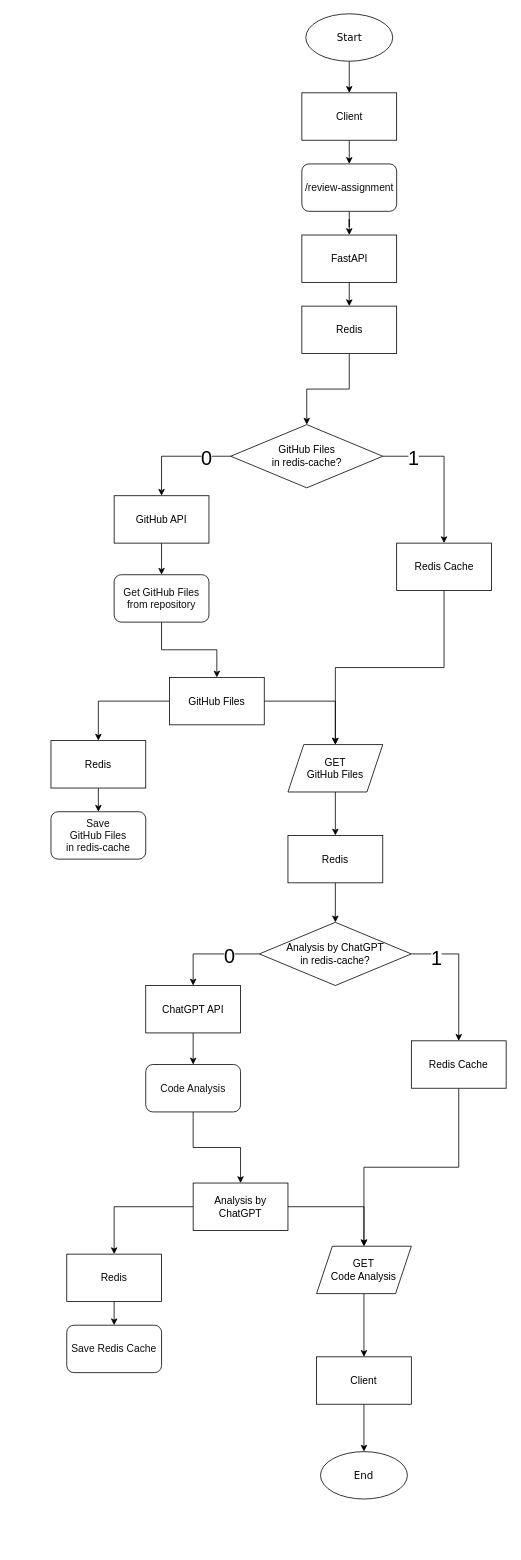
Earlier version of the draw.io diagram docs/api_flowchart.drawio (qvnt33/ClarityCodeAI). Source tidied: cells renumbered, new cells numbered last; positions are measured from the earlier drawing's top-left corner, leaving out a move shared by most shapes. Both pictures are drawn from the tidied source at 79%, with x=0, y=0 at pixel (51, 13).
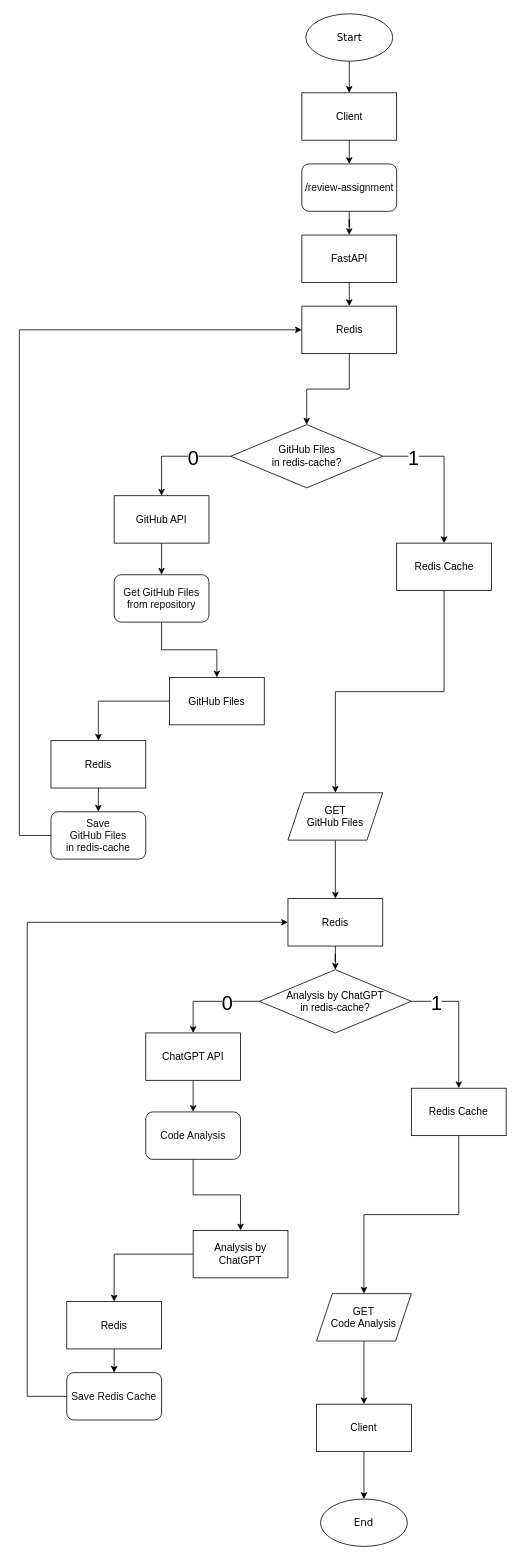
After the change.

Unchanged cells that the change refers to:
```xml
<mxCell id="13" style="edgeStyle=orthogonalEdgeStyle;rounded=0;jettySize=auto;html=1;exitX=1;exitY=0.5;exitDx=0;exitDy=0;fontSize=13;align=center;" parent="1" edge="1" source="17" target="28">
  <mxGeometry relative="1" as="geometry" />
</mxCell>
<mxCell id="15" style="edgeStyle=orthogonalEdgeStyle;rounded=0;jettySize=auto;html=1;exitX=0;exitY=0.5;exitDx=0;exitDy=0;entryX=0.5;entryY=0;entryDx=0;entryDy=0;fontSize=13;align=center;" parent="1" edge="1" source="17" target="31">
  <mxGeometry relative="1" as="geometry" />
</mxCell>
<mxCell id="22" style="edgeStyle=orthogonalEdgeStyle;rounded=0;jettySize=auto;html=1;exitX=0;exitY=0.5;exitDx=0;exitDy=0;entryX=0.5;entryY=0;entryDx=0;entryDy=0;fontSize=13;align=center;" parent="1" edge="1" source="12" target="21">
  <mxGeometry relative="1" as="geometry" />
</mxCell>
<mxCell id="26" value="&lt;p style=&quot;margin: 0px; font-variant-numeric: normal; font-variant-east-asian: normal; font-variant-alternates: normal; font-size-adjust: none; font-kerning: auto; font-optical-sizing: auto; font-feature-settings: normal; font-variation-settings: normal; font-variant-position: normal; font-stretch: normal; line-height: normal; font-family: &amp;quot;.AppleSystemUIFontMonospaced&amp;quot;; color: rgb(14, 14, 14);&quot; class=&quot;p1&quot;&gt;Save&lt;/p&gt;&lt;p style=&quot;margin: 0px; font-variant-numeric: normal; font-variant-east-asian: normal; font-variant-alternates: normal; font-size-adjust: none; font-kerning: auto; font-optical-sizing: auto; font-feature-settings: normal; font-variation-settings: normal; font-variant-position: normal; font-stretch: normal; line-height: normal; font-family: &amp;quot;.AppleSystemUIFontMonospaced&amp;quot;; color: rgb(14, 14, 14);&quot; class=&quot;p1&quot;&gt;GitHub Files&lt;/p&gt;&lt;p style=&quot;margin: 0px; font-variant-numeric: normal; font-variant-east-asian: normal; font-variant-alternates: normal; font-size-adjust: none; font-kerning: auto; font-optical-sizing: auto; font-feature-settings: normal; font-variation-settings: normal; font-variant-position: normal; font-stretch: normal; line-height: normal; font-family: &amp;quot;.AppleSystemUIFontMonospaced&amp;quot;; color: rgb(14, 14, 14);&quot; class=&quot;p1&quot;&gt;in redis-cache&lt;/p&gt;" style="rounded=1;whiteSpace=wrap;html=1;fontSize=13;align=center;" parent="1" vertex="1">
  <mxGeometry y="1010" width="120" height="60" as="geometry" />
</mxCell>
<mxCell id="33" value="Redis" style="rounded=0;whiteSpace=wrap;html=1;fontSize=13;align=center;" parent="1" vertex="1">
  <mxGeometry x="317.6" y="370" width="120" height="60" as="geometry" />
</mxCell>
<mxCell id="53" value="GitHub Files" style="rounded=0;whiteSpace=wrap;html=1;fontSize=13;align=center;" parent="1" vertex="1">
  <mxGeometry x="150" y="840" width="120" height="60" as="geometry" />
</mxCell>
```

Diff of the diagram source:
```diff
@@
     <mxCell id="14" value="1" style="edgeLabel;html=1;align=center;verticalAlign=middle;fontSize=25;" parent="13" vertex="1">
-      <mxGeometry x="-0.64" y="-3" relative="1" as="geometry" />
+      <mxGeometry x="-0.64" y="-3" relative="1" as="geometry">
+        <mxPoint y="-3" as="offset" />
+      </mxGeometry>
     </mxCell>
@@
     <mxCell id="16" value="0" style="edgeLabel;html=1;align=center;verticalAlign=middle;fontSize=25;" parent="15" vertex="1">
-      <mxGeometry x="-0.38" y="1" relative="1" as="geometry" />
+      <mxGeometry x="-0.38" y="1" relative="1" as="geometry">
+        <mxPoint x="-3" y="-1" as="offset" />
+      </mxGeometry>
     </mxCell>
     <mxCell id="17" value="Analysis by ChatGPT&lt;div&gt;in redis-cache?&lt;/div&gt;" style="rhombus;whiteSpace=wrap;html=1;fontSize=13;align=center;" parent="1" vertex="1">
-      <mxGeometry x="263.8" y="1150" width="192.4" height="80" as="geometry" />
+      <mxGeometry x="263.8" y="1210" width="192.4" height="80" as="geometry" />
     </mxCell>
@@
     <mxCell id="23" value="0" style="edgeLabel;html=1;align=center;verticalAlign=middle;fontSize=25;" parent="22" vertex="1">
-      <mxGeometry x="-0.55" y="1" relative="1" as="geometry" />
+      <mxGeometry x="-0.55" y="1" relative="1" as="geometry">
+        <mxPoint x="-17" y="-1" as="offset" />
+      </mxGeometry>
     </mxCell>
@@
+    <mxCell id="57" style="edgeStyle=orthogonalEdgeStyle;rounded=0;jettySize=auto;html=1;exitX=0;exitY=0.5;exitDx=0;exitDy=0;entryX=0;entryY=0.5;entryDx=0;entryDy=0;" parent="1" edge="1" source="26" target="33">
+      <mxGeometry relative="1" as="geometry">
+        <Array as="points">
+          <mxPoint x="-40" y="1040" />
+          <mxPoint x="-40" y="400" />
+        </Array>
+      </mxGeometry>
+    </mxCell>
@@
     <mxCell id="28" value="Redis Cache" style="rounded=0;whiteSpace=wrap;html=1;fontSize=13;align=center;" parent="1" vertex="1">
-      <mxGeometry x="456.2" y="1300" width="120" height="60" as="geometry" />
+      <mxGeometry x="456.2" y="1360" width="120" height="60" as="geometry" />
     </mxCell>
+    <mxCell id="58" style="edgeStyle=orthogonalEdgeStyle;rounded=0;jettySize=auto;html=1;exitX=0;exitY=0.5;exitDx=0;exitDy=0;entryX=0;entryY=0.5;entryDx=0;entryDy=0;" parent="1" edge="1" source="29" target="37">
+      <mxGeometry relative="1" as="geometry">
+        <Array as="points">
+          <mxPoint x="-30" y="1750" />
+          <mxPoint x="-30" y="1150" />
+        </Array>
+      </mxGeometry>
+    </mxCell>
     <mxCell id="29" value="&lt;p style=&quot;margin: 0px; font-variant-numeric: normal; font-variant-east-asian: normal; font-variant-alternates: normal; font-size-adjust: none; font-kerning: auto; font-optical-sizing: auto; font-feature-settings: normal; font-variation-settings: normal; font-variant-position: normal; font-stretch: normal; line-height: normal; font-family: &amp;quot;.AppleSystemUIFontMonospaced&amp;quot;; color: rgb(14, 14, 14);&quot; class=&quot;p1&quot;&gt;Save Redis Cache&lt;/p&gt;" style="rounded=1;whiteSpace=wrap;html=1;fontSize=13;align=center;" parent="1" vertex="1">
-      <mxGeometry x="20" y="1660" width="120" height="60" as="geometry" />
+      <mxGeometry x="20" y="1720" width="120" height="60" as="geometry" />
     </mxCell>
@@
     <mxCell id="31" value="ChatGPT API" style="rounded=0;whiteSpace=wrap;html=1;fontSize=13;align=center;" parent="1" vertex="1">
-      <mxGeometry x="120" y="1230" width="120" height="60" as="geometry" />
+      <mxGeometry x="120" y="1290" width="120" height="60" as="geometry" />
     </mxCell>
@@
     <mxCell id="37" value="Redis" style="rounded=0;whiteSpace=wrap;html=1;fontSize=13;align=center;" parent="1" vertex="1">
-      <mxGeometry x="300" y="1040" width="120" height="60" as="geometry" />
+      <mxGeometry x="300" y="1120" width="120" height="60" as="geometry" />
     </mxCell>
@@
     <mxCell id="39" value="Redis" style="rounded=0;whiteSpace=wrap;html=1;fontSize=13;align=center;" parent="1" vertex="1">
-      <mxGeometry x="20" y="1570" width="120" height="60" as="geometry" />
+      <mxGeometry x="20" y="1630" width="120" height="60" as="geometry" />
     </mxCell>
@@
     <mxCell id="41" value="GET&lt;div&gt;GitHub Files&lt;/div&gt;" style="shape=parallelogram;perimeter=parallelogramPerimeter;whiteSpace=wrap;html=1;fixedSize=1;align=center;fontSize=13;" parent="1" vertex="1">
-      <mxGeometry x="300" y="925" width="120" height="60" as="geometry" />
+      <mxGeometry x="300" y="986" width="120" height="60" as="geometry" />
     </mxCell>
@@
     <mxCell id="43" value="&lt;p style=&quot;margin: 0px; font-variant-numeric: normal; font-variant-east-asian: normal; font-variant-alternates: normal; font-size-adjust: none; font-kerning: auto; font-optical-sizing: auto; font-feature-settings: normal; font-variation-settings: normal; font-variant-position: normal; font-stretch: normal; line-height: normal; font-family: &amp;quot;.AppleSystemUIFontMonospaced&amp;quot;; color: rgb(14, 14, 14);&quot; class=&quot;p1&quot;&gt;Code Analysis&lt;/p&gt;" style="rounded=1;whiteSpace=wrap;html=1;fontSize=13;align=center;" parent="1" vertex="1">
-      <mxGeometry x="120" y="1330" width="120" height="60" as="geometry" />
+      <mxGeometry x="120" y="1390" width="120" height="60" as="geometry" />
     </mxCell>
@@
     <mxCell id="45" value="GET&lt;div&gt;Code Analysis&lt;/div&gt;" style="shape=parallelogram;perimeter=parallelogramPerimeter;whiteSpace=wrap;html=1;fixedSize=1;align=center;fontSize=13;" parent="1" vertex="1">
-      <mxGeometry x="336.2" y="1560" width="120" height="60" as="geometry" />
+      <mxGeometry x="336.2" y="1620" width="120" height="60" as="geometry" />
     </mxCell>
-    <mxCell id="46" style="edgeStyle=orthogonalEdgeStyle;rounded=0;jettySize=auto;html=1;exitX=1;exitY=0.5;exitDx=0;exitDy=0;align=center;fontSize=13;" parent="1" edge="1" source="48" target="45">
-      <mxGeometry relative="1" as="geometry" />
-    </mxCell>
@@
     <mxCell id="48" value="Analysis by ChatGPT" style="rounded=0;whiteSpace=wrap;html=1;fontSize=13;align=center;" parent="1" vertex="1">
-      <mxGeometry x="180" y="1480" width="120" height="60" as="geometry" />
+      <mxGeometry x="180" y="1540" width="120" height="60" as="geometry" />
     </mxCell>
@@
-    <mxCell id="51" style="edgeStyle=orthogonalEdgeStyle;rounded=0;jettySize=auto;html=1;exitX=1;exitY=0.5;exitDx=0;exitDy=0;entryX=0.5;entryY=0;entryDx=0;entryDy=0;align=center;fontSize=13;" parent="1" edge="1" source="53" target="41">
-      <mxGeometry relative="1" as="geometry" />
-    </mxCell>
@@
     <mxCell id="55" value="Client" style="rounded=0;whiteSpace=wrap;html=1;fontSize=13;align=center;" parent="1" vertex="1">
-      <mxGeometry x="336.2" y="1700" width="120" height="60" as="geometry" />
+      <mxGeometry x="336.2" y="1760" width="120" height="60" as="geometry" />
     </mxCell>
     <mxCell id="56" value="End" style="ellipse;whiteSpace=wrap;html=1;fontSize=13;fontFamily=Verdana;align=center;" parent="1" vertex="1">
-      <mxGeometry x="341.2" y="1820" width="110" height="60" as="geometry" />
+      <mxGeometry x="341.2" y="1880" width="110" height="60" as="geometry" />
     </mxCell>
```
